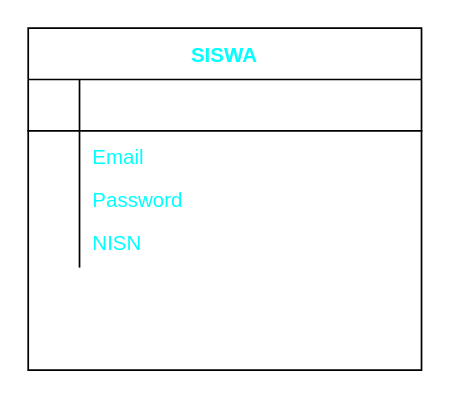
Earlier version of the draw.io diagram Untitled Diagram.drawio (alzenacheiryl/project-website-osis). Source tidied: cells renumbered, new cells numbered last; positions are measured from the earlier drawing's top-left corner, leaving out a move shared by most shapes. Both pictures are drawn from the tidied source at 171%, with x=0, y=0 at pixel (27, 27).
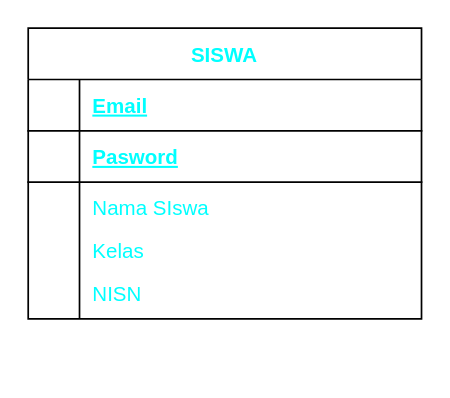
Above is the later version.

Diff of the diagram source:
```diff
@@
 <mxGraphModel>
   <root>
     <mxCell id="0" />
     <mxCell id="1" parent="0" />
     <mxCell id="2" value="SISWA" style="shape=table;startSize=30;childLayout=tableLayout;rowLines=0;fontStyle=1;align=center;fontColor=#00FFFF;" parent="1" vertex="1">
-      <mxGeometry width="230" height="200" as="geometry" />
+      <mxGeometry width="230" height="170" as="geometry" />
     </mxCell>
+    <mxCell id="15" style="shape=partialRectangle;fillColor=none;top=0;left=0;bottom=1;right=0;" parent="2" vertex="1">
+      <mxGeometry y="30" width="230" height="30" as="geometry" />
+    </mxCell>
+    <mxCell id="16" style="shape=partialRectangle;fillColor=none;top=0;left=0;bottom=0;right=0;fontStyle=1;overflow=hidden;fontColor=#00FFFF;" parent="15" vertex="1">
+      <mxGeometry width="30" height="30" as="geometry" />
+    </mxCell>
+    <mxCell id="17" value="Email" style="shape=partialRectangle;fillColor=none;top=0;left=0;bottom=0;right=0;align=left;spacingLeft=6;fontStyle=5;overflow=hidden;fontColor=#00FFFF;" parent="15" vertex="1">
+      <mxGeometry x="30" width="200" height="30" as="geometry" />
+    </mxCell>
     <mxCell id="3" style="shape=partialRectangle;fillColor=none;top=0;left=0;bottom=1;right=0;" parent="2" vertex="1">
-      <mxGeometry y="30" width="230" height="30" as="geometry" />
+      <mxGeometry y="60" width="230" height="30" as="geometry" />
     </mxCell>
     <mxCell id="4" style="shape=partialRectangle;fillColor=none;top=0;left=0;bottom=0;right=0;fontStyle=1;overflow=hidden;fontColor=#00FFFF;" parent="3" vertex="1">
       <mxGeometry width="30" height="30" as="geometry" />
     </mxCell>
-    <mxCell id="5" style="shape=partialRectangle;fillColor=none;top=0;left=0;bottom=0;right=0;align=left;spacingLeft=6;fontStyle=5;overflow=hidden;fontColor=#00FFFF;" parent="3" vertex="1">
+    <mxCell id="5" value="Pasword" style="shape=partialRectangle;fillColor=none;top=0;left=0;bottom=0;right=0;align=left;spacingLeft=6;fontStyle=5;overflow=hidden;fontColor=#00FFFF;" parent="3" vertex="1">
       <mxGeometry x="30" width="200" height="30" as="geometry" />
     </mxCell>
     <mxCell id="6" style="shape=partialRectangle;fillColor=none;top=0;left=0;bottom=0;right=0;" parent="2" vertex="1">
-      <mxGeometry y="60" width="230" height="30" as="geometry" />
+      <mxGeometry y="90" width="230" height="30" as="geometry" />
     </mxCell>
     <mxCell id="7" style="shape=partialRectangle;fillColor=none;top=0;left=0;bottom=0;right=0;overflow=hidden;" parent="6" vertex="1">
       <mxGeometry width="30" height="30" as="geometry" />
     </mxCell>
-    <mxCell id="8" value="Email" style="shape=partialRectangle;fillColor=none;top=0;left=0;bottom=0;right=0;align=left;spacingLeft=6;overflow=hidden;fontColor=#00FFFF;" parent="6" vertex="1">
+    <mxCell id="8" value="Nama SIswa" style="shape=partialRectangle;fillColor=none;top=0;left=0;bottom=0;right=0;align=left;spacingLeft=6;overflow=hidden;fontColor=#00FFFF;" parent="6" vertex="1">
       <mxGeometry x="30" width="200" height="30" as="geometry" />
     </mxCell>
     <mxCell id="9" style="shape=partialRectangle;fillColor=none;top=0;left=0;bottom=0;right=0;" parent="2" vertex="1">
-      <mxGeometry y="90" width="230" height="20" as="geometry" />
+      <mxGeometry y="120" width="230" height="20" as="geometry" />
     </mxCell>
     <mxCell id="10" style="shape=partialRectangle;fillColor=none;top=0;left=0;bottom=0;right=0;overflow=hidden;" parent="9" vertex="1">
       <mxGeometry width="30" height="20" as="geometry" />
     </mxCell>
-    <mxCell id="11" value="Password" style="shape=partialRectangle;fillColor=none;top=0;left=0;bottom=0;right=0;align=left;spacingLeft=6;overflow=hidden;fontColor=#00FFFF;" parent="9" vertex="1">
+    <mxCell id="11" value="Kelas" style="shape=partialRectangle;fillColor=none;top=0;left=0;bottom=0;right=0;align=left;spacingLeft=6;overflow=hidden;fontColor=#00FFFF;" parent="9" vertex="1">
       <mxGeometry x="30" width="200" height="20" as="geometry" />
     </mxCell>
     <mxCell id="12" style="shape=partialRectangle;fillColor=none;top=0;left=0;bottom=0;right=0;" parent="2" vertex="1">
-      <mxGeometry y="110" width="230" height="30" as="geometry" />
+      <mxGeometry y="140" width="230" height="30" as="geometry" />
     </mxCell>
     <mxCell id="13" style="shape=partialRectangle;fillColor=none;top=0;left=0;bottom=0;right=0;overflow=hidden;" parent="12" vertex="1">
       <mxGeometry width="30" height="30" as="geometry" />
     </mxCell>
     <mxCell id="14" value="NISN" style="shape=partialRectangle;fillColor=none;top=0;left=0;bottom=0;right=0;align=left;spacingLeft=6;overflow=hidden;fontColor=#00FFFF;" parent="12" vertex="1">
       <mxGeometry x="30" width="200" height="30" as="geometry" />
     </mxCell>
   </root>
 </mxGraphModel>
```
